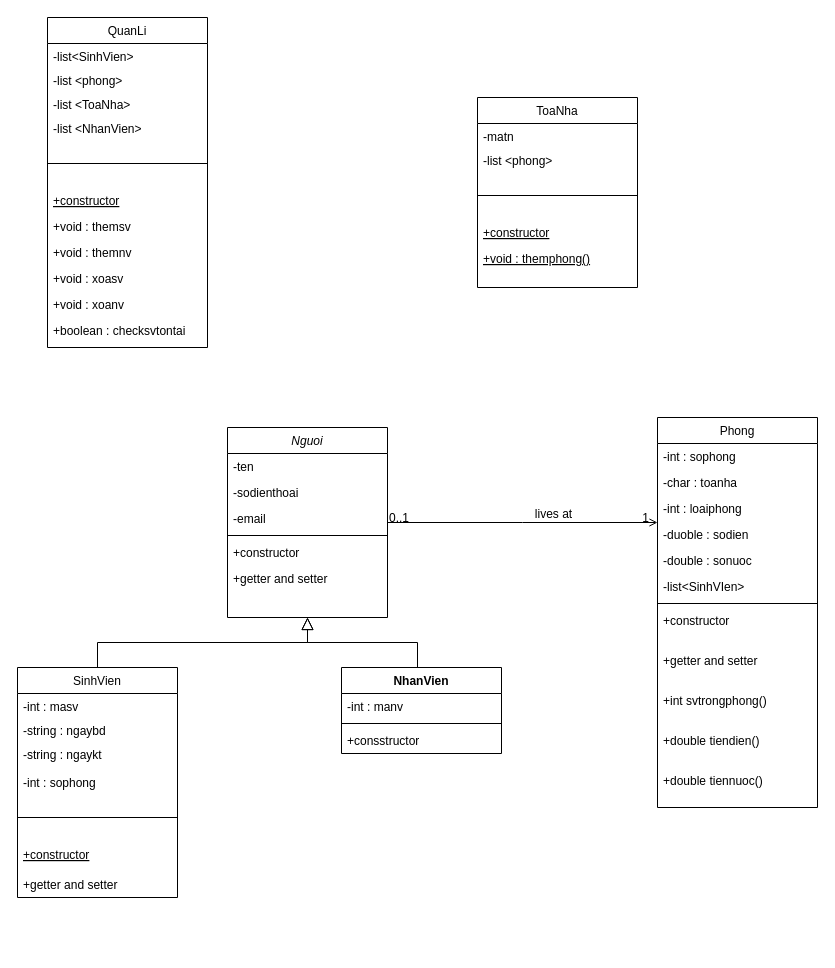
Earlier version of the draw.io diagram Untitled Diagram.drawio (MinhDucoder/QuanLiKTX). Source tidied: cells renumbered, new cells numbered last; positions are measured from the earlier drawing's top-left corner, leaving out a move shared by most shapes. Both pictures are drawn from the tidied source at 100%, with x=0, y=0 at pixel (17, 17).
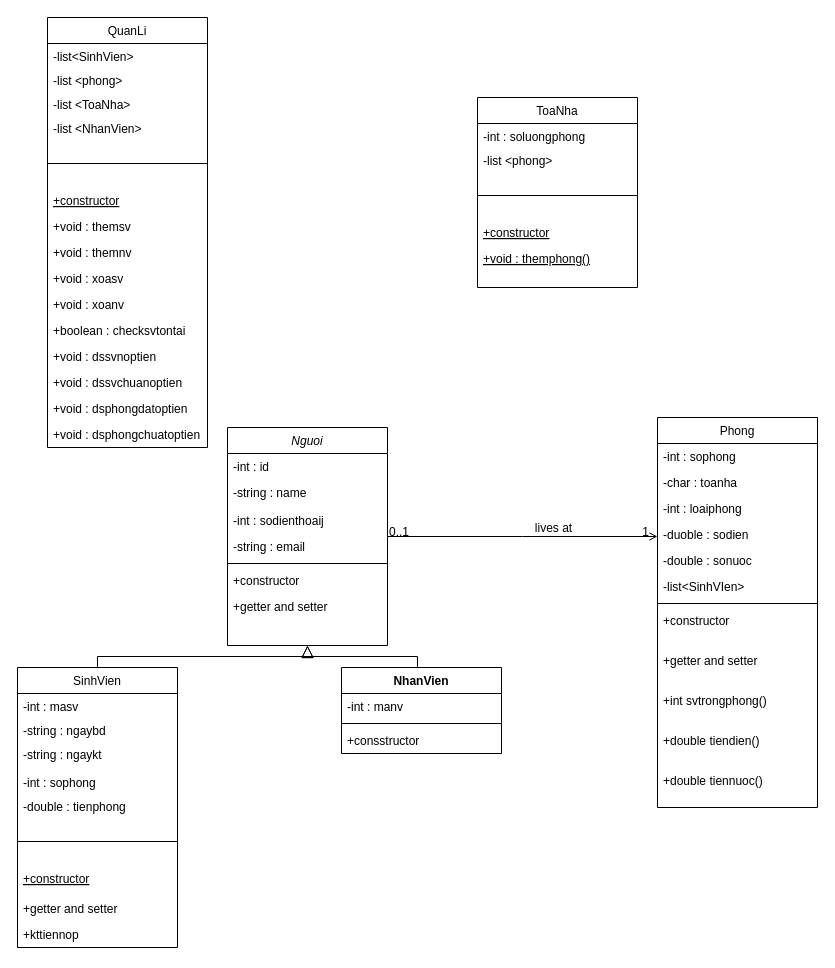
The same diagram, later.

The change refers to these unchanged cells:
```xml
<mxCell id="41" value="ToaNha" style="swimlane;fontStyle=0;align=center;verticalAlign=top;horizontal=1;startSize=26;rounded=0;shadow=0;strokeWidth=1;" parent="1" vertex="1">
  <mxGeometry x="460" y="80" width="160" height="190" as="geometry" />
</mxCell>
```

Diff of the diagram source:
```diff
@@
     <mxCell id="2" value="Nguoi" style="swimlane;fontStyle=2;align=center;verticalAlign=top;horizontal=1;startSize=26;rounded=0;shadow=0;strokeWidth=1;" parent="1" vertex="1">
-      <mxGeometry x="210" y="410" width="160" height="190" as="geometry" />
+      <mxGeometry x="210" y="410" width="160" height="218" as="geometry" />
     </mxCell>
-    <mxCell id="3" value="-ten" style="text;align=left;verticalAlign=top;spacingLeft=4;spacingRight=4;overflow=hidden;" parent="2" vertex="1">
+    <mxCell id="3" value="-int : id" style="text;align=left;verticalAlign=top;spacingLeft=4;spacingRight=4;overflow=hidden;" parent="2" vertex="1">
       <mxGeometry y="26" width="160" height="26" as="geometry" />
     </mxCell>
+    <mxCell id="59" value="-string : name" style="text;align=left;verticalAlign=top;spacingLeft=4;spacingRight=4;overflow=hidden;" parent="2" vertex="1">
+      <mxGeometry y="52" width="160" height="28" as="geometry" />
+    </mxCell>
-    <mxCell id="4" value="-sodienthoai" style="text;align=left;verticalAlign=top;spacingLeft=4;spacingRight=4;overflow=hidden;rounded=0;shadow=0;html=0;" parent="2" vertex="1">
-      <mxGeometry y="52" width="160" height="26" as="geometry" />
+    <mxCell id="4" value="-int : sodienthoaij" style="text;align=left;verticalAlign=top;spacingLeft=4;spacingRight=4;overflow=hidden;rounded=0;shadow=0;html=0;" parent="2" vertex="1">
+      <mxGeometry y="80" width="160" height="26" as="geometry" />
     </mxCell>
-    <mxCell id="5" value="-email" style="text;align=left;verticalAlign=top;spacingLeft=4;spacingRight=4;overflow=hidden;rounded=0;shadow=0;html=0;" parent="2" vertex="1">
-      <mxGeometry y="78" width="160" height="26" as="geometry" />
+    <mxCell id="5" value="-string : email" style="text;align=left;verticalAlign=top;spacingLeft=4;spacingRight=4;overflow=hidden;rounded=0;shadow=0;html=0;" parent="2" vertex="1">
+      <mxGeometry y="106" width="160" height="26" as="geometry" />
     </mxCell>
     <mxCell id="6" style="line;html=1;strokeWidth=1;align=left;verticalAlign=middle;spacingTop=-1;spacingLeft=3;spacingRight=3;labelPosition=right;" parent="2" vertex="1">
-      <mxGeometry y="104" width="160" height="8" as="geometry" />
+      <mxGeometry y="132" width="160" height="8" as="geometry" />
     </mxCell>
     <mxCell id="7" value="+constructor&#10;" style="text;align=left;verticalAlign=top;spacingLeft=4;spacingRight=4;overflow=hidden;" parent="2" vertex="1">
-      <mxGeometry y="112" width="160" height="26" as="geometry" />
+      <mxGeometry y="140" width="160" height="26" as="geometry" />
     </mxCell>
     <mxCell id="8" value="+getter and setter" style="text;align=left;verticalAlign=top;spacingLeft=4;spacingRight=4;overflow=hidden;" parent="2" vertex="1">
-      <mxGeometry y="138" width="160" height="26" as="geometry" />
+      <mxGeometry y="166" width="160" height="26" as="geometry" />
     </mxCell>
     <mxCell id="9" value="&#10;" style="text;align=left;verticalAlign=top;spacingLeft=4;spacingRight=4;overflow=hidden;" parent="2" vertex="1">
-      <mxGeometry y="164" width="160" height="26" as="geometry" />
+      <mxGeometry y="192" width="160" height="26" as="geometry" />
     </mxCell>
     <mxCell id="10" value="SinhVien" style="swimlane;fontStyle=0;align=center;verticalAlign=top;horizontal=1;startSize=26;rounded=0;shadow=0;strokeWidth=1;" parent="1" vertex="1">
-      <mxGeometry y="650" width="160" height="230" as="geometry" />
+      <mxGeometry y="650" width="160" height="280" as="geometry" />
     </mxCell>
@@
+    <mxCell id="60" value="-double : tienphong" style="text;align=left;verticalAlign=top;spacingLeft=4;spacingRight=4;overflow=hidden;" parent="10" vertex="1">
+      <mxGeometry y="126" width="160" height="24" as="geometry" />
+    </mxCell>
     <mxCell id="15" style="line;html=1;strokeWidth=1;align=left;verticalAlign=middle;spacingTop=-1;spacingLeft=3;spacingRight=3;labelPosition=right;" parent="10" vertex="1">
-      <mxGeometry y="126" width="160" height="48" as="geometry" />
+      <mxGeometry y="150" width="160" height="48" as="geometry" />
     </mxCell>
     <mxCell id="16" value="+constructor&#10;" style="text;align=left;verticalAlign=top;spacingLeft=4;spacingRight=4;overflow=hidden;fontStyle=4;" parent="10" vertex="1">
-      <mxGeometry y="174" width="160" height="30" as="geometry" />
+      <mxGeometry y="198" width="160" height="30" as="geometry" />
     </mxCell>
     <mxCell id="17" value="+getter and setter" style="text;align=left;verticalAlign=top;spacingLeft=4;spacingRight=4;overflow=hidden;" parent="10" vertex="1">
-      <mxGeometry y="204" width="160" height="26" as="geometry" />
+      <mxGeometry y="228" width="160" height="26" as="geometry" />
     </mxCell>
+    <mxCell id="61" value="+kttiennop" style="text;align=left;verticalAlign=top;spacingLeft=4;spacingRight=4;overflow=hidden;" parent="10" vertex="1">
+      <mxGeometry y="254" width="160" height="26" as="geometry" />
+    </mxCell>
@@
-    <mxCell id="42" value="-matn&#10;" style="text;align=left;verticalAlign=top;spacingLeft=4;spacingRight=4;overflow=hidden;" parent="41" vertex="1">
+    <mxCell id="42" value="-int : soluongphong" style="text;align=left;verticalAlign=top;spacingLeft=4;spacingRight=4;overflow=hidden;" parent="41" vertex="1">
       <mxGeometry y="26" width="160" height="24" as="geometry" />
     </mxCell>
@@
     <mxCell id="47" value="QuanLi" style="swimlane;fontStyle=0;align=center;verticalAlign=top;horizontal=1;startSize=26;rounded=0;shadow=0;strokeWidth=1;" parent="1" vertex="1">
-      <mxGeometry x="30" width="160" height="330" as="geometry" />
+      <mxGeometry x="30" width="160" height="430" as="geometry" />
     </mxCell>
@@
+    <mxCell id="62" value="+void : dssvnoptien" style="text;align=left;verticalAlign=top;spacingLeft=4;spacingRight=4;overflow=hidden;" parent="47" vertex="1">
+      <mxGeometry y="326" width="160" height="26" as="geometry" />
+    </mxCell>
+    <mxCell id="63" value="+void : dssvchuanoptien" style="text;align=left;verticalAlign=top;spacingLeft=4;spacingRight=4;overflow=hidden;" parent="47" vertex="1">
+      <mxGeometry y="352" width="160" height="26" as="geometry" />
+    </mxCell>
+    <mxCell id="64" value="+void : dsphongdatoptien" style="text;align=left;verticalAlign=top;spacingLeft=4;spacingRight=4;overflow=hidden;" parent="47" vertex="1">
+      <mxGeometry y="378" width="160" height="26" as="geometry" />
+    </mxCell>
+    <mxCell id="65" value="+void : dsphongchuatoptien" style="text;align=left;verticalAlign=top;spacingLeft=4;spacingRight=4;overflow=hidden;" parent="47" vertex="1">
+      <mxGeometry y="404" width="160" height="26" as="geometry" />
+    </mxCell>
```
